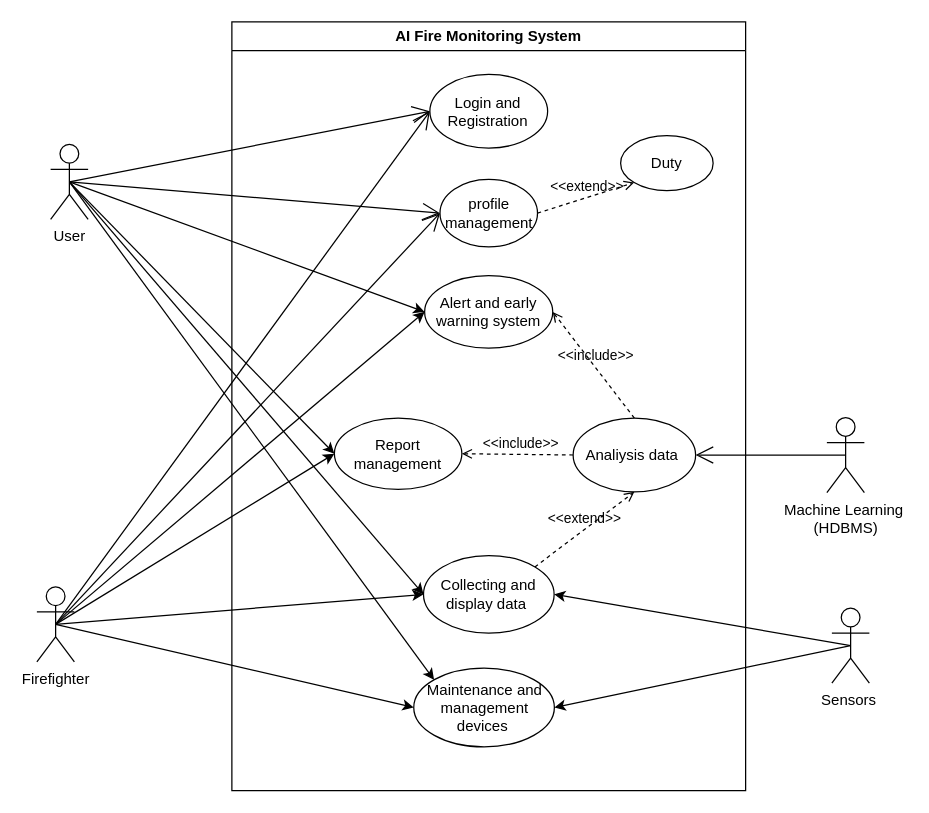
The draw.io diagram page "Use case" (2 of 6) of doc/PSM.drawio in SNFASA/AI-Fire-Monitoring-System, before the edit. Source tidied: cells renumbered, new cells numbered last; positions are measured from the earlier drawing's top-left corner, leaving out a move shared by most shapes. Both pictures are drawn from the tidied source at 125%, with x=0, y=0 at pixel (36, 21).
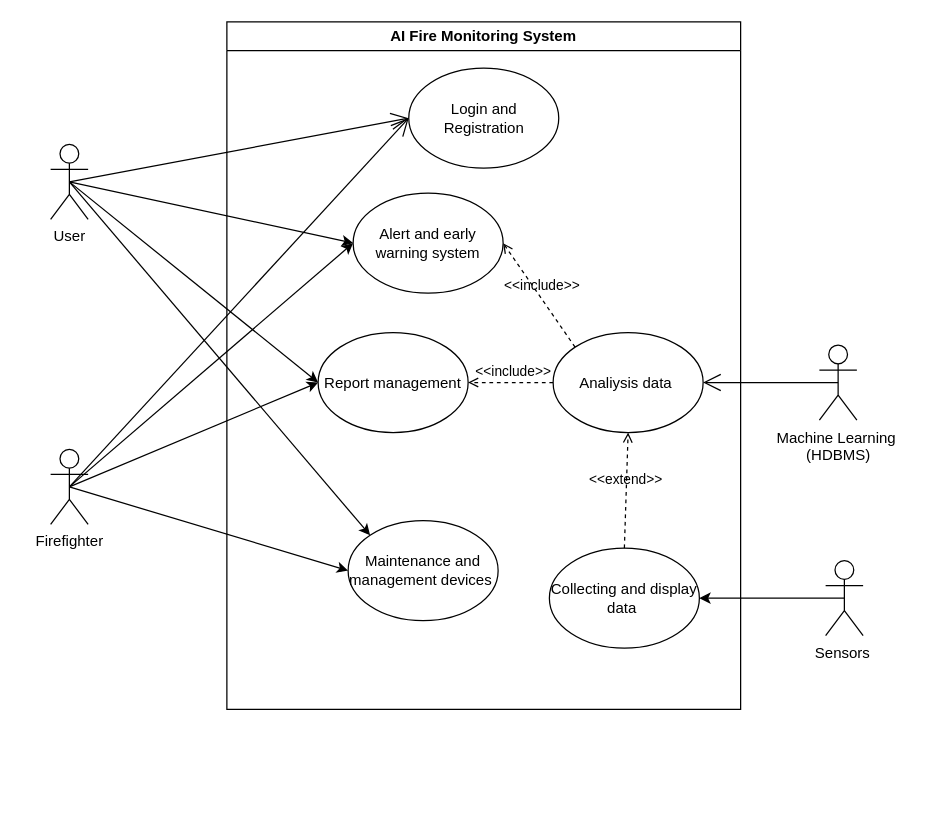
Above is the later version.

The change refers to these unchanged cells:
```xml
<mxCell id="15" value="User" style="shape=umlActor;verticalLabelPosition=bottom;verticalAlign=top;html=1;outlineConnect=0;" parent="1" vertex="1">
  <mxGeometry x="11" y="98" width="30" height="60" as="geometry" />
</mxCell>
```

The edit, as a diff of the source:
```diff
@@
     <mxCell id="2" value="AI Fire Monitoring System" style="swimlane;whiteSpace=wrap;html=1;" parent="1" vertex="1">
-      <mxGeometry x="156" width="411" height="615" as="geometry" />
+      <mxGeometry x="152" width="411" height="550" as="geometry" />
     </mxCell>
     <mxCell id="3" value="Login and Registration" style="ellipse;whiteSpace=wrap;html=1;" parent="2" vertex="1">
-      <mxGeometry x="158.4" y="42" width="94.2" height="59" as="geometry" />
+      <mxGeometry x="145.5" y="37" width="120" height="80" as="geometry" />
     </mxCell>
     <mxCell id="4" value="Collecting and display data&amp;nbsp;" style="ellipse;whiteSpace=wrap;html=1;" parent="2" vertex="1">
-      <mxGeometry x="153.3" y="427" width="104.5" height="62" as="geometry" />
+      <mxGeometry x="258" y="421" width="120" height="80" as="geometry" />
     </mxCell>
     <mxCell id="5" value="Analiysis data&amp;nbsp;" style="ellipse;whiteSpace=wrap;html=1;" parent="2" vertex="1">
-      <mxGeometry x="273" y="317" width="98" height="59" as="geometry" />
+      <mxGeometry x="261" y="248.5" width="120" height="80" as="geometry" />
     </mxCell>
     <mxCell id="6" value="Alert and early warning system" style="ellipse;whiteSpace=wrap;html=1;" parent="2" vertex="1">
-      <mxGeometry x="154.2" y="203" width="102.5" height="58" as="geometry" />
+      <mxGeometry x="101" y="137" width="120" height="80" as="geometry" />
     </mxCell>
     <mxCell id="7" value="Report management" style="ellipse;whiteSpace=wrap;html=1;" parent="2" vertex="1">
-      <mxGeometry x="82" y="317" width="102" height="57" as="geometry" />
+      <mxGeometry x="73" y="248.5" width="120" height="80" as="geometry" />
     </mxCell>
     <mxCell id="8" value="Maintenance and management devices&amp;nbsp;" style="ellipse;whiteSpace=wrap;html=1;" parent="2" vertex="1">
-      <mxGeometry x="145.5" y="517" width="112.5" height="63" as="geometry" />
+      <mxGeometry x="97" y="399" width="120" height="80" as="geometry" />
     </mxCell>
-    <mxCell id="9" value="&amp;lt;&amp;lt;extend&amp;gt;&amp;gt;" style="html=1;verticalAlign=bottom;labelBackgroundColor=none;endArrow=open;endFill=0;dashed=1;rounded=0;strokeColor=default;align=center;fontFamily=Helvetica;fontSize=11;fontColor=default;entryX=0.5;entryY=1;entryDx=0;entryDy=0;exitX=1;exitY=0;exitDx=0;exitDy=0;" parent="2" edge="1" source="4" target="5">
+    <mxCell id="9" value="&amp;lt;&amp;lt;extend&amp;gt;&amp;gt;" style="html=1;verticalAlign=bottom;labelBackgroundColor=none;endArrow=open;endFill=0;dashed=1;rounded=0;strokeColor=default;align=center;fontFamily=Helvetica;fontSize=11;fontColor=default;entryX=0.5;entryY=1;entryDx=0;entryDy=0;exitX=0.5;exitY=0;exitDx=0;exitDy=0;" parent="2" edge="1" source="4" target="5">
       <mxGeometry relative="1" as="geometry" />
     </mxCell>
-    <mxCell id="10" value="&amp;lt;&amp;lt;include&amp;gt;&amp;gt;" style="html=1;verticalAlign=bottom;labelBackgroundColor=none;endArrow=open;endFill=0;dashed=1;rounded=0;strokeColor=default;align=center;fontFamily=Helvetica;fontSize=11;fontColor=default;entryX=1;entryY=0.5;entryDx=0;entryDy=0;exitX=0.5;exitY=0;exitDx=0;exitDy=0;" parent="2" edge="1" source="5" target="6">
+    <mxCell id="10" value="&amp;lt;&amp;lt;include&amp;gt;&amp;gt;" style="html=1;verticalAlign=bottom;labelBackgroundColor=none;endArrow=open;endFill=0;dashed=1;rounded=0;strokeColor=default;align=center;fontFamily=Helvetica;fontSize=11;fontColor=default;entryX=1;entryY=0.5;entryDx=0;entryDy=0;exitX=0;exitY=0;exitDx=0;exitDy=0;" parent="2" edge="1" source="5" target="6">
       <mxGeometry x="-0.03" relative="1" as="geometry">
         <mxPoint x="1" as="offset" />
       </mxGeometry>
     </mxCell>
@@
-    <mxCell id="12" value="profile management" style="ellipse;whiteSpace=wrap;html=1;" parent="2" vertex="1">
-      <mxGeometry x="166.5" y="126" width="78" height="54" as="geometry" />
-    </mxCell>
-    <mxCell id="13" value="Duty" style="ellipse;whiteSpace=wrap;html=1;" parent="2" vertex="1">
-      <mxGeometry x="311" y="91" width="74" height="44" as="geometry" />
-    </mxCell>
-    <mxCell id="14" value="&amp;lt;&amp;lt;extend&amp;gt;&amp;gt;" style="html=1;verticalAlign=bottom;labelBackgroundColor=none;endArrow=open;endFill=0;dashed=1;rounded=0;strokeColor=default;align=center;fontFamily=Helvetica;fontSize=11;fontColor=default;exitX=1;exitY=0.5;exitDx=0;exitDy=0;entryX=0;entryY=1;entryDx=0;entryDy=0;" parent="2" edge="1" source="12" target="13">
-      <mxGeometry relative="1" as="geometry" />
-    </mxCell>
@@
     <mxCell id="16" value="Firefighter" style="shape=umlActor;verticalLabelPosition=bottom;verticalAlign=top;html=1;outlineConnect=0;" parent="1" vertex="1">
-      <mxGeometry y="452" width="30" height="60" as="geometry" />
+      <mxGeometry x="11" y="342" width="30" height="60" as="geometry" />
     </mxCell>
     <mxCell id="17" value="Sensors&amp;nbsp;" style="shape=umlActor;verticalLabelPosition=bottom;verticalAlign=top;html=1;outlineConnect=0;" parent="1" vertex="1">
-      <mxGeometry x="636" y="469" width="30" height="60" as="geometry" />
+      <mxGeometry x="631" y="431" width="30" height="60" as="geometry" />
     </mxCell>
     <mxCell id="18" value="Machine Learning&amp;nbsp;&lt;div&gt;(HDBMS)&lt;/div&gt;" style="shape=umlActor;verticalLabelPosition=bottom;verticalAlign=top;html=1;outlineConnect=0;" parent="1" vertex="1">
-      <mxGeometry x="632" y="316.5" width="30" height="60" as="geometry" />
+      <mxGeometry x="626" y="258.5" width="30" height="60" as="geometry" />
     </mxCell>
@@
-    <mxCell id="29" style="endArrow=classic;html=1;rounded=0;entryX=1;entryY=0.5;entryDx=0;entryDy=0;exitX=0.5;exitY=0.5;exitDx=0;exitDy=0;exitPerimeter=0;" parent="1" edge="1" source="17" target="8">
-      <mxGeometry relative="1" as="geometry" />
-    </mxCell>
-    <mxCell id="30" style="endArrow=classic;html=1;rounded=0;exitX=0.5;exitY=0.5;exitDx=0;exitDy=0;entryX=0;entryY=0.5;entryDx=0;entryDy=0;exitPerimeter=0;" parent="1" edge="1" source="15" target="4">
-      <mxGeometry relative="1" as="geometry" />
-    </mxCell>
-    <mxCell id="31" style="endArrow=classic;html=1;rounded=0;entryX=0;entryY=0.5;entryDx=0;entryDy=0;exitX=0.5;exitY=0.5;exitDx=0;exitDy=0;exitPerimeter=0;" parent="1" edge="1" source="16" target="4">
-      <mxGeometry relative="1" as="geometry" />
-    </mxCell>
-    <mxCell id="32" style="endArrow=open;endFill=1;endSize=12;html=1;rounded=0;strokeColor=default;align=center;verticalAlign=middle;fontFamily=Helvetica;fontSize=11;fontColor=default;labelBackgroundColor=default;exitX=0.5;exitY=0.5;exitDx=0;exitDy=0;exitPerimeter=0;entryX=0;entryY=0.5;entryDx=0;entryDy=0;" parent="1" edge="1" source="15" target="12">
-      <mxGeometry relative="1" as="geometry" />
-    </mxCell>
-    <mxCell id="33" style="endArrow=open;endFill=1;endSize=12;html=1;rounded=0;strokeColor=default;align=center;verticalAlign=middle;fontFamily=Helvetica;fontSize=11;fontColor=default;labelBackgroundColor=default;exitX=0.5;exitY=0.5;exitDx=0;exitDy=0;exitPerimeter=0;entryX=0;entryY=0.5;entryDx=0;entryDy=0;" parent="1" edge="1" source="16" target="12">
-      <mxGeometry relative="1" as="geometry" />
-    </mxCell>
```
